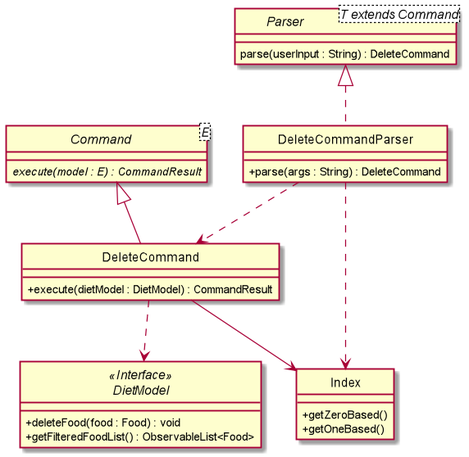
Earlier version of the PlantUML export images/DietTrackerDeleteCommandClassDiagram.png (AY1920S2-CS2103T-W13-1/main).
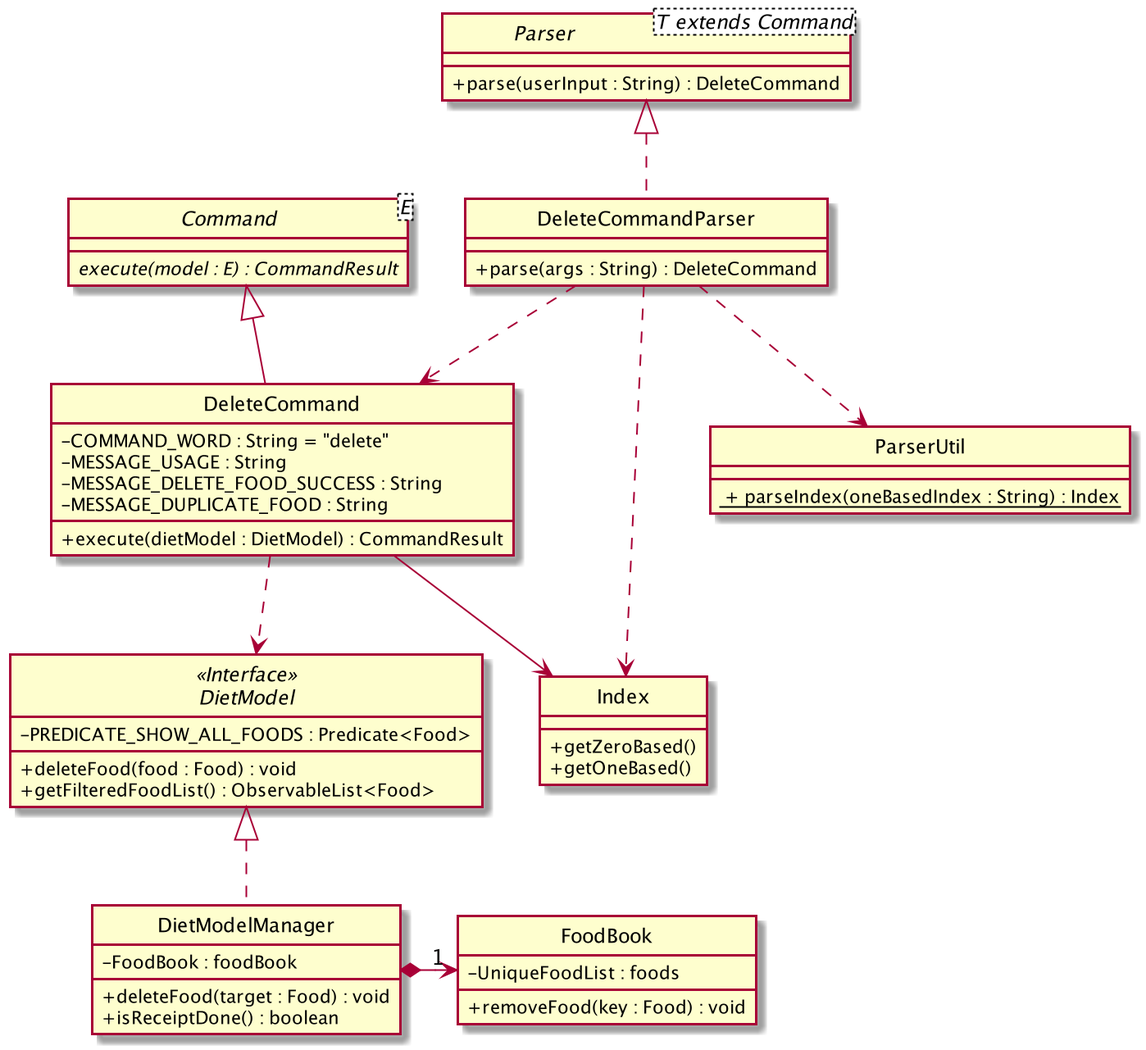
After the commit.

Change to the diagram source:
```diff
@@ -10,7 +10,7 @@
 }
 
 interface Parser<T extends Command> {
-    parse(userInput : String) : DeleteCommand
+    + parse(userInput : String) : DeleteCommand
 }
 
 abstract class Command<E> {
@@ -18,6 +18,10 @@
 }
 
 class DeleteCommand extends Command {
+    - COMMAND_WORD : String = "delete"
+    - MESSAGE_USAGE : String
+    - MESSAGE_DELETE_FOOD_SUCCESS : String
+    - MESSAGE_DUPLICATE_FOOD : String
 
 
     + execute(dietModel : DietModel) : CommandResult
@@ -25,6 +29,8 @@
 }
 
 interface DietModel <<Interface>> {
+    - PREDICATE_SHOW_ALL_FOODS : Predicate<Food>
+
     + deleteFood(food : Food) : void
     + getFilteredFoodList() : ObservableList<Food>
 }
@@ -34,10 +40,29 @@
     + getOneBased()
 }
 
+class ParserUtil {
+    <u> + parseIndex(oneBasedIndex : String) : Index
+
+}
+
+class DietModelManager implements DietModel {
+    - FoodBook : foodBook
+
+    + deleteFood(target : Food) : void
+    + isReceiptDone() : boolean
+}
+
+class FoodBook {
+    - UniqueFoodList : foods
+
+    + removeFood(key : Food) : void
+}
 
 DeleteCommandParser ..> DeleteCommand
+DeleteCommandParser ..> ParserUtil
 DeleteCommand ..> DietModel
 DeleteCommandParser ..> Index
 DeleteCommand --> Index
+DietModelManager *-right->"1" FoodBook
 
 @enduml
```
